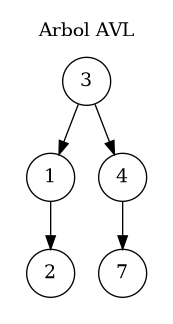
This is Proyecto-Fase 2/Reportes/BST.png from Rodrigo-1504/-EDD-1S2025_202202854, a Graphviz export, as it was before one commit. Its source is kept beside it as Proyecto-Fase 2/Reportes/BST.dot.
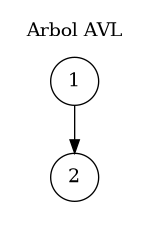
The same diagram one commit later.

What changed in the source:
```diff
@@ -3,9 +3,6 @@
 	graph[pencolor=transparent];
 	subgraph cluster_0{
 		label = "Arbol AVL";
-	"3" -> "1";
-	"3" -> "4";
 	"1" -> "2";
-	"4" -> "7";
 		}
 }
```
